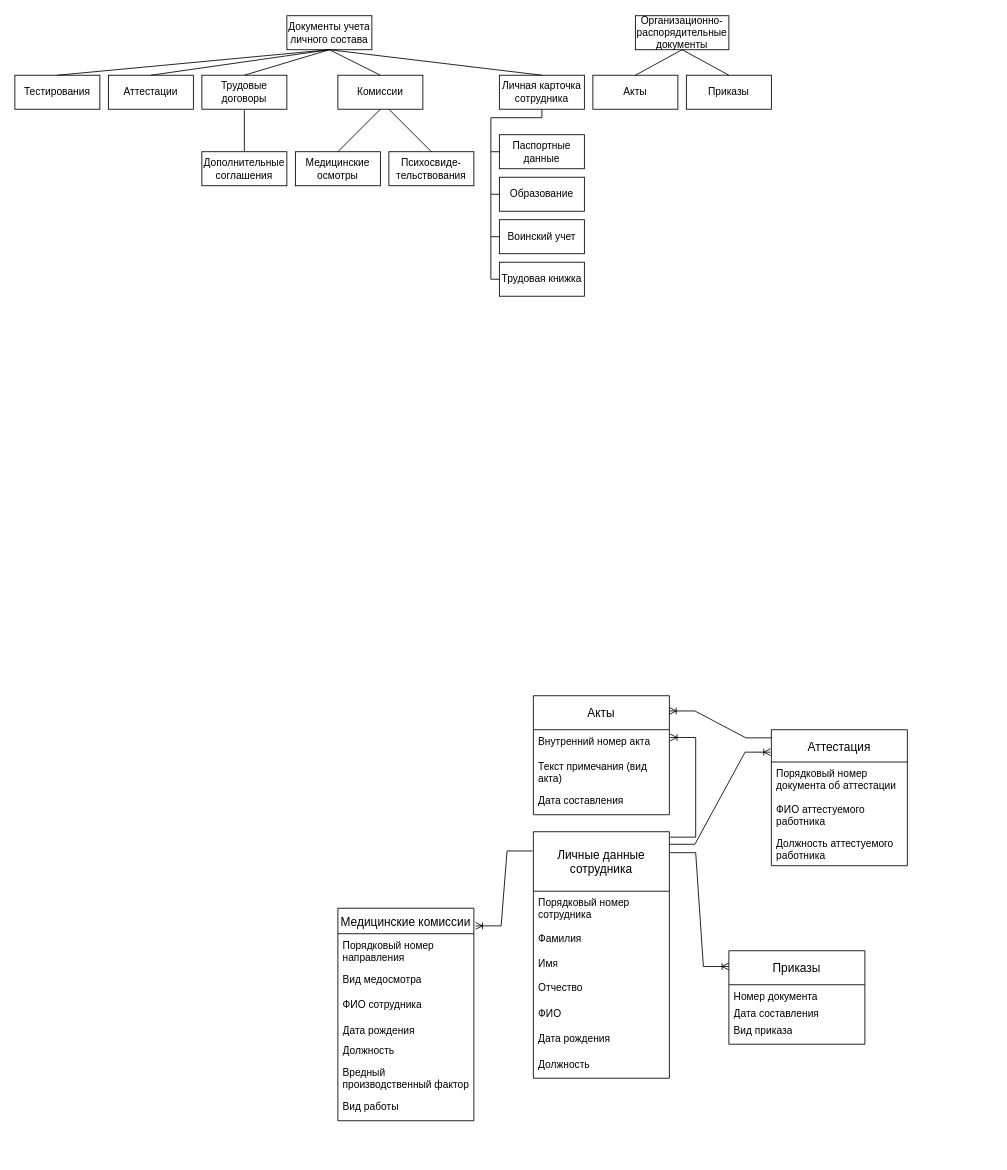
Before: Сущностьсвязь.drawio in lyudmilareshetyuk/draw.io, a draw.io diagram. Source tidied: cells renumbered, new cells numbered last; positions are measured from the earlier drawing's top-left corner, leaving out a move shared by most shapes. Both pictures are drawn from the tidied source at 85%, with x=0, y=0 at pixel (14, 15).
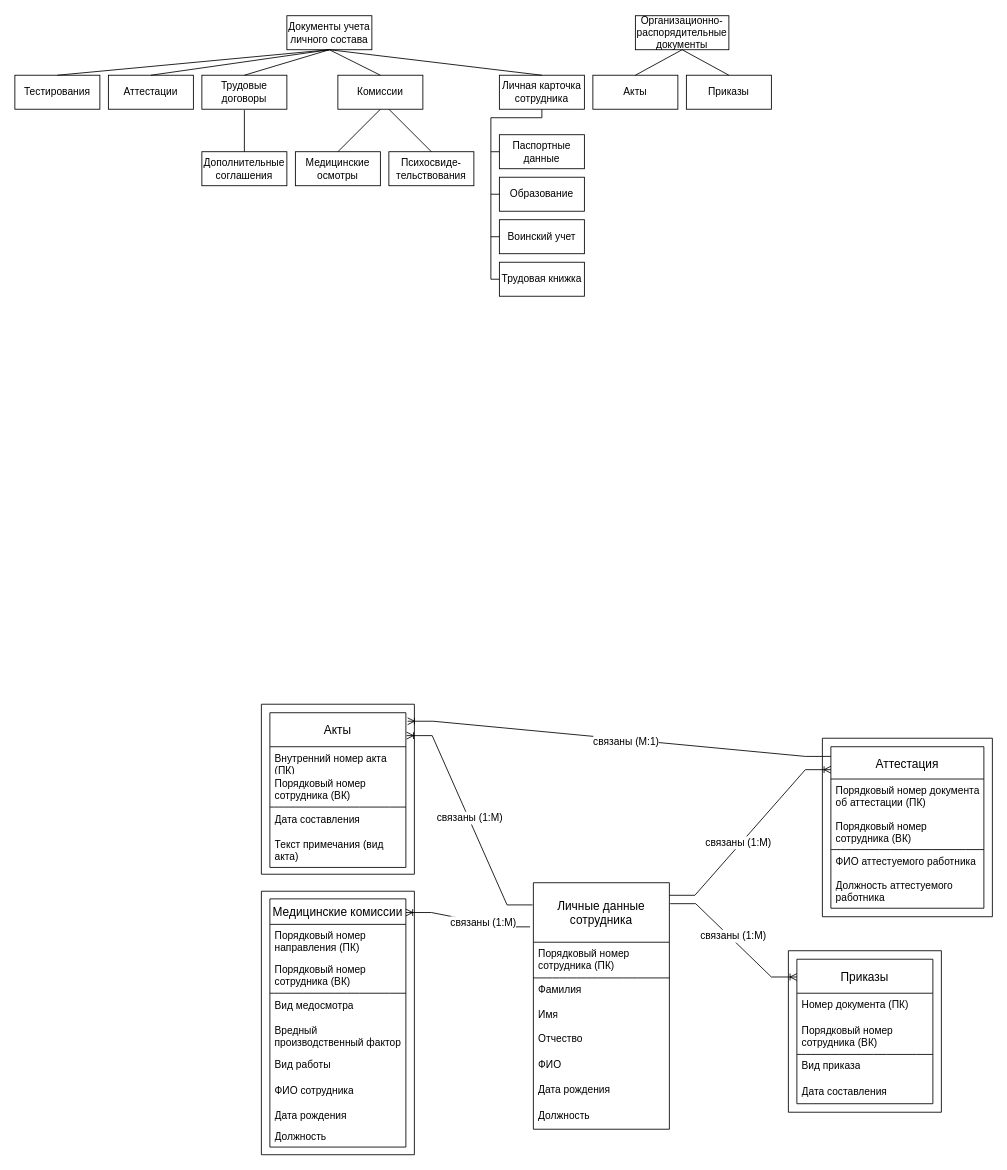
Above is the later version.

What changed in the source:
```diff
@@
+    <mxCell id="68" style="verticalLabelPosition=bottom;verticalAlign=top;html=1;shape=mxgraph.basic.rect;fillColor2=none;strokeWidth=1;size=20;indent=5;" parent="1" vertex="1">
+      <mxGeometry x="290" y="1030" width="180" height="310" as="geometry" />
+    </mxCell>
+    <mxCell id="69" style="verticalLabelPosition=bottom;verticalAlign=top;html=1;shape=mxgraph.basic.rect;fillColor2=none;strokeWidth=1;size=20;indent=5;" parent="1" vertex="1">
+      <mxGeometry x="910" y="1100" width="180" height="190" as="geometry" />
+    </mxCell>
+    <mxCell id="70" style="verticalLabelPosition=bottom;verticalAlign=top;html=1;shape=mxgraph.basic.rect;fillColor2=none;strokeWidth=1;size=20;indent=5;" parent="1" vertex="1">
+      <mxGeometry x="950" y="850" width="200" height="210" as="geometry" />
+    </mxCell>
+    <mxCell id="71" style="verticalLabelPosition=bottom;verticalAlign=top;html=1;shape=mxgraph.basic.rect;fillColor2=none;strokeWidth=1;size=20;indent=5;" parent="1" vertex="1">
+      <mxGeometry x="290" y="810" width="180" height="200" as="geometry" />
+    </mxCell>
@@
     <mxCell id="35" value="Аттестация" style="swimlane;fontStyle=0;horizontal=1;startSize=38;align=center;fontSize=14;" parent="1" vertex="1">
-      <mxGeometry x="890" y="840" width="160" height="160" as="geometry" />
+      <mxGeometry x="960" y="860" width="180" height="190" as="geometry" />
     </mxCell>
-    <mxCell id="36" value="Порядковый номер документа об аттестации" style="text;strokeColor=none;fillColor=none;spacingLeft=4;spacingRight=4;overflow=hidden;fontSize=12;whiteSpace=wrap;html=1;" parent="35" vertex="1">
-      <mxGeometry y="38" width="160" height="42" as="geometry" />
+    <mxCell id="36" value="Порядковый номер документа об аттестации (ПК)" style="text;strokeColor=none;fillColor=none;spacingLeft=4;spacingRight=4;overflow=hidden;fontSize=12;whiteSpace=wrap;html=1;" parent="35" vertex="1">
+      <mxGeometry y="38" width="180" height="42" as="geometry" />
     </mxCell>
+    <mxCell id="72" value="Порядковый номер сотрудника (ВК)" style="text;strokeColor=none;fillColor=none;spacingLeft=4;spacingRight=4;overflow=hidden;fontSize=12;whiteSpace=wrap;html=1;" parent="35" vertex="1">
+      <mxGeometry y="80" width="180" height="42" as="geometry" />
+    </mxCell>
+    <mxCell id="73" style="endArrow=none;html=1;rounded=0;fontSize=12;startSize=8;endSize=8;curved=1;exitX=0;exitY=0.5;exitDx=0;exitDy=0;" parent="35" edge="1">
+      <mxGeometry relative="1" as="geometry">
+        <mxPoint y="121" as="sourcePoint" />
+        <mxPoint x="180" y="121" as="targetPoint" />
+      </mxGeometry>
+    </mxCell>
     <mxCell id="37" value="ФИО аттестуемого работника" style="text;strokeColor=none;fillColor=none;spacingLeft=4;spacingRight=4;overflow=hidden;fontSize=12;whiteSpace=wrap;html=1;" parent="35" vertex="1">
-      <mxGeometry y="80" width="160" height="40" as="geometry" />
+      <mxGeometry y="122" width="180" height="28" as="geometry" />
     </mxCell>
     <mxCell id="38" value="Должность аттестуемого работника" style="text;strokeColor=none;fillColor=none;spacingLeft=4;spacingRight=4;overflow=hidden;fontSize=12;whiteSpace=wrap;html=1;" parent="35" vertex="1">
-      <mxGeometry y="120" width="160" height="40" as="geometry" />
+      <mxGeometry y="150" width="180" height="40" as="geometry" />
     </mxCell>
     <mxCell id="39" value="Медицинские комиссии" style="swimlane;fontStyle=0;horizontal=1;startSize=30;align=center;fontSize=14;" parent="1" vertex="1">
-      <mxGeometry x="380" y="1050" width="160" height="250" as="geometry" />
+      <mxGeometry x="300" y="1039" width="160" height="292" as="geometry" />
     </mxCell>
-    <mxCell id="40" value="Порядковый номер направления" style="text;strokeColor=none;fillColor=none;spacingLeft=4;spacingRight=4;overflow=hidden;fontSize=12;whiteSpace=wrap;html=1;" parent="39" vertex="1">
+    <mxCell id="40" value="Порядковый номер направления (ПК)" style="text;strokeColor=none;fillColor=none;spacingLeft=4;spacingRight=4;overflow=hidden;fontSize=12;whiteSpace=wrap;html=1;" parent="39" vertex="1">
       <mxGeometry y="30" width="160" height="40" as="geometry" />
     </mxCell>
+    <mxCell id="74" value="Порядковый номер сотрудника (ВК)" style="text;strokeColor=none;fillColor=none;spacingLeft=4;spacingRight=4;overflow=hidden;fontSize=12;whiteSpace=wrap;html=1;" parent="39" vertex="1">
+      <mxGeometry y="70" width="160" height="42" as="geometry" />
+    </mxCell>
+    <mxCell id="75" style="endArrow=none;html=1;rounded=0;fontSize=12;startSize=8;endSize=8;curved=1;entryX=1;entryY=0.5;entryDx=0;entryDy=0;exitX=0;exitY=0.5;exitDx=0;exitDy=0;" parent="39" edge="1">
+      <mxGeometry relative="1" as="geometry">
+        <mxPoint y="111" as="sourcePoint" />
+        <mxPoint x="160" y="111" as="targetPoint" />
+      </mxGeometry>
+    </mxCell>
     <mxCell id="41" value="Вид медосмотра" style="text;strokeColor=none;fillColor=none;spacingLeft=4;spacingRight=4;overflow=hidden;fontSize=12;whiteSpace=wrap;html=1;" parent="39" vertex="1">
-      <mxGeometry y="70" width="160" height="30" as="geometry" />
+      <mxGeometry y="112" width="160" height="30" as="geometry" />
     </mxCell>
+    <mxCell id="45" value="Вредный производственный фактор" style="text;strokeColor=none;fillColor=none;spacingLeft=4;spacingRight=4;overflow=hidden;fontSize=12;whiteSpace=wrap;html=1;" parent="39" vertex="1">
+      <mxGeometry y="142" width="160" height="40" as="geometry" />
+    </mxCell>
+    <mxCell id="46" value="Вид работы" style="text;strokeColor=none;fillColor=none;spacingLeft=4;spacingRight=4;overflow=hidden;fontSize=12;whiteSpace=wrap;html=1;" parent="39" vertex="1">
+      <mxGeometry y="182" width="160" height="30" as="geometry" />
+    </mxCell>
     <mxCell id="42" value="ФИО сотрудника" style="text;strokeColor=none;fillColor=none;spacingLeft=4;spacingRight=4;overflow=hidden;fontSize=12;whiteSpace=wrap;html=1;" parent="39" vertex="1">
-      <mxGeometry y="100" width="160" height="30" as="geometry" />
+      <mxGeometry y="212" width="160" height="30" as="geometry" />
     </mxCell>
     <mxCell id="43" value="Дата рождения" style="text;strokeColor=none;fillColor=none;spacingLeft=4;spacingRight=4;overflow=hidden;fontSize=12;whiteSpace=wrap;html=1;" parent="39" vertex="1">
-      <mxGeometry y="130" width="160" height="24" as="geometry" />
+      <mxGeometry y="242" width="160" height="24" as="geometry" />
     </mxCell>
     <mxCell id="44" value="Должность" style="text;strokeColor=none;fillColor=none;spacingLeft=4;spacingRight=4;overflow=hidden;fontSize=12;whiteSpace=wrap;html=1;" parent="39" vertex="1">
-      <mxGeometry y="154" width="160" height="26" as="geometry" />
+      <mxGeometry y="266" width="160" height="26" as="geometry" />
     </mxCell>
-    <mxCell id="45" value="Вредный производственный фактор" style="text;strokeColor=none;fillColor=none;spacingLeft=4;spacingRight=4;overflow=hidden;fontSize=12;whiteSpace=wrap;html=1;" parent="39" vertex="1">
-      <mxGeometry y="180" width="160" height="40" as="geometry" />
-    </mxCell>
-    <mxCell id="46" value="Вид работы" style="text;strokeColor=none;fillColor=none;spacingLeft=4;spacingRight=4;overflow=hidden;fontSize=12;whiteSpace=wrap;html=1;" parent="39" vertex="1">
-      <mxGeometry y="220" width="160" height="30" as="geometry" />
-    </mxCell>
     <mxCell id="47" value="Приказы" style="swimlane;fontStyle=0;horizontal=1;startSize=40;align=center;fontSize=14;" parent="1" vertex="1">
-      <mxGeometry x="840" y="1100" width="160" height="110" as="geometry" />
+      <mxGeometry x="920" y="1110" width="160" height="170" as="geometry" />
     </mxCell>
-    <mxCell id="48" value="Номер документа" style="text;strokeColor=none;fillColor=none;spacingLeft=4;spacingRight=4;overflow=hidden;fontSize=12;whiteSpace=wrap;html=1;" parent="47" vertex="1">
-      <mxGeometry y="40" width="160" height="20" as="geometry" />
+    <mxCell id="48" value="Номер документа (ПК)" style="text;strokeColor=none;fillColor=none;spacingLeft=4;spacingRight=4;overflow=hidden;fontSize=12;whiteSpace=wrap;html=1;" parent="47" vertex="1">
+      <mxGeometry y="40" width="160" height="30" as="geometry" />
     </mxCell>
+    <mxCell id="76" value="Порядковый номер сотрудника (ВК)" style="text;strokeColor=none;fillColor=none;spacingLeft=4;spacingRight=4;overflow=hidden;fontSize=12;whiteSpace=wrap;html=1;" parent="47" vertex="1">
+      <mxGeometry y="70" width="160" height="42" as="geometry" />
+    </mxCell>
+    <mxCell id="77" style="endArrow=none;html=1;rounded=0;fontSize=12;startSize=8;endSize=8;curved=1;entryX=1;entryY=0.5;entryDx=0;entryDy=0;exitX=0;exitY=0.5;exitDx=0;exitDy=0;" parent="47" edge="1">
+      <mxGeometry relative="1" as="geometry">
+        <mxPoint y="112" as="sourcePoint" />
+        <mxPoint x="160" y="112" as="targetPoint" />
+      </mxGeometry>
+    </mxCell>
+    <mxCell id="50" value="Вид приказа" style="text;strokeColor=none;fillColor=none;spacingLeft=4;spacingRight=4;overflow=hidden;fontSize=12;whiteSpace=wrap;html=1;" parent="47" vertex="1">
+      <mxGeometry y="112" width="160" height="30" as="geometry" />
+    </mxCell>
     <mxCell id="49" value="Дата составления" style="text;strokeColor=none;fillColor=none;spacingLeft=4;spacingRight=4;overflow=hidden;fontSize=12;whiteSpace=wrap;html=1;" parent="47" vertex="1">
-      <mxGeometry y="60" width="160" height="20" as="geometry" />
+      <mxGeometry y="142" width="160" height="28" as="geometry" />
     </mxCell>
-    <mxCell id="50" value="Вид приказа" style="text;strokeColor=none;fillColor=none;spacingLeft=4;spacingRight=4;overflow=hidden;fontSize=12;whiteSpace=wrap;html=1;" parent="47" vertex="1">
-      <mxGeometry y="80" width="160" height="30" as="geometry" />
-    </mxCell>
     <mxCell id="51" value="Акты" style="swimlane;fontStyle=0;horizontal=1;startSize=40;align=center;fontSize=14;" parent="1" vertex="1">
-      <mxGeometry x="610" y="800" width="160" height="140" as="geometry" />
+      <mxGeometry x="300" y="820" width="160" height="182" as="geometry" />
     </mxCell>
-    <mxCell id="52" value="Внутренний номер акта" style="text;strokeColor=none;fillColor=none;spacingLeft=4;spacingRight=4;overflow=hidden;fontSize=12;whiteSpace=wrap;html=1;" parent="51" vertex="1">
+    <mxCell id="52" value="Внутренний номер акта (ПК)" style="text;strokeColor=none;fillColor=none;spacingLeft=4;spacingRight=4;overflow=hidden;fontSize=12;whiteSpace=wrap;html=1;" parent="51" vertex="1">
       <mxGeometry y="40" width="160" height="30" as="geometry" />
     </mxCell>
+    <mxCell id="78" value="Порядковый номер сотрудника (ВК)" style="text;strokeColor=none;fillColor=none;spacingLeft=4;spacingRight=4;overflow=hidden;fontSize=12;whiteSpace=wrap;html=1;" parent="51" vertex="1">
+      <mxGeometry y="70" width="160" height="42" as="geometry" />
+    </mxCell>
+    <mxCell id="79" style="endArrow=none;html=1;rounded=0;fontSize=12;startSize=8;endSize=8;curved=1;entryX=1;entryY=0.5;entryDx=0;entryDy=0;exitX=0;exitY=0.5;exitDx=0;exitDy=0;" parent="51" edge="1">
+      <mxGeometry relative="1" as="geometry">
+        <mxPoint y="111" as="sourcePoint" />
+        <mxPoint x="160" y="111" as="targetPoint" />
+      </mxGeometry>
+    </mxCell>
+    <mxCell id="54" value="Дата составления" style="text;strokeColor=none;fillColor=none;spacingLeft=4;spacingRight=4;overflow=hidden;fontSize=12;whiteSpace=wrap;html=1;" parent="51" vertex="1">
+      <mxGeometry y="112" width="160" height="30" as="geometry" />
+    </mxCell>
     <mxCell id="53" value="Текст примечания (вид акта)" style="text;strokeColor=none;fillColor=none;spacingLeft=4;spacingRight=4;overflow=hidden;fontSize=12;whiteSpace=wrap;html=1;" parent="51" vertex="1">
-      <mxGeometry y="70" width="160" height="40" as="geometry" />
+      <mxGeometry y="142" width="160" height="40" as="geometry" />
     </mxCell>
-    <mxCell id="54" value="Дата составления" style="text;strokeColor=none;fillColor=none;spacingLeft=4;spacingRight=4;overflow=hidden;fontSize=12;whiteSpace=wrap;html=1;" parent="51" vertex="1">
-      <mxGeometry y="110" width="160" height="30" as="geometry" />
-    </mxCell>
     <mxCell id="55" value="Личные данные&#10;сотрудника" style="swimlane;fontStyle=0;horizontal=1;startSize=70;align=center;fontSize=14;" parent="1" vertex="1">
-      <mxGeometry x="610" y="960" width="160" height="290" as="geometry" />
+      <mxGeometry x="610" y="1020" width="160" height="290" as="geometry" />
     </mxCell>
-    <mxCell id="56" value="Порядковый номер сотрудника" style="text;strokeColor=none;fillColor=none;spacingLeft=4;spacingRight=4;overflow=hidden;fontSize=12;whiteSpace=wrap;html=1;" parent="55" vertex="1">
+    <mxCell id="56" value="Порядковый номер сотрудника (ПК)" style="text;strokeColor=none;fillColor=none;spacingLeft=4;spacingRight=4;overflow=hidden;fontSize=12;whiteSpace=wrap;html=1;" parent="55" vertex="1">
       <mxGeometry y="70" width="160" height="42" as="geometry" />
     </mxCell>
+    <mxCell id="80" style="endArrow=none;html=1;rounded=0;fontSize=12;startSize=8;endSize=8;curved=1;entryX=1;entryY=0.5;entryDx=0;entryDy=0;exitX=0;exitY=0.5;exitDx=0;exitDy=0;" parent="55" edge="1">
+      <mxGeometry relative="1" as="geometry">
+        <mxPoint y="112" as="sourcePoint" />
+        <mxPoint x="160" y="112" as="targetPoint" />
+      </mxGeometry>
+    </mxCell>
@@
-    <mxCell id="63" style="edgeStyle=entityRelationEdgeStyle;fontSize=12;html=1;endArrow=ERoneToMany;rounded=0;exitX=-0.006;exitY=0.078;exitDx=0;exitDy=0;entryX=1.013;entryY=0.083;entryDx=0;entryDy=0;entryPerimeter=0;exitPerimeter=0;" parent="1" edge="1" source="55" target="39">
+    <mxCell id="63" style="edgeStyle=entityRelationEdgeStyle;fontSize=12;html=1;endArrow=ERoneToMany;rounded=0;exitX=-0.025;exitY=0.179;exitDx=0;exitDy=0;entryX=1;entryY=0.055;entryDx=0;entryDy=0;entryPerimeter=0;exitPerimeter=0;" parent="1" edge="1" source="55" target="39">
       <mxGeometry relative="1" as="geometry" />
     </mxCell>
+    <mxCell id="81" value="связаны (1:М)" style="edgeLabel;html=1;align=center;verticalAlign=middle;fontSize=12;" parent="63" vertex="1">
+      <mxGeometry x="-0.24" relative="1" as="geometry" />
+    </mxCell>
-    <mxCell id="64" style="edgeStyle=entityRelationEdgeStyle;fontSize=12;html=1;endArrow=ERoneToMany;rounded=0;entryX=-0.006;entryY=0.165;entryDx=0;entryDy=0;entryPerimeter=0;exitX=1;exitY=0.051;exitDx=0;exitDy=0;exitPerimeter=0;" parent="1" edge="1" source="55" target="35">
+    <mxCell id="64" style="edgeStyle=entityRelationEdgeStyle;fontSize=12;html=1;endArrow=ERoneToMany;rounded=0;entryX=0;entryY=0.142;entryDx=0;entryDy=0;entryPerimeter=0;exitX=1;exitY=0.051;exitDx=0;exitDy=0;exitPerimeter=0;" parent="1" edge="1" source="55" target="35">
       <mxGeometry relative="1" as="geometry" />
     </mxCell>
+    <mxCell id="82" value="связаны (1:М)" style="edgeLabel;html=1;align=center;verticalAlign=middle;fontSize=12;" parent="64" vertex="1">
+      <mxGeometry x="-0.14" y="3" relative="1" as="geometry" />
+    </mxCell>
-    <mxCell id="65" style="edgeStyle=entityRelationEdgeStyle;fontSize=12;html=1;endArrow=ERoneToMany;rounded=0;entryX=0;entryY=0.169;entryDx=0;entryDy=0;entryPerimeter=0;exitX=1.006;exitY=0.085;exitDx=0;exitDy=0;exitPerimeter=0;" parent="1" edge="1" source="55" target="47">
+    <mxCell id="65" style="edgeStyle=entityRelationEdgeStyle;fontSize=12;html=1;endArrow=ERoneToMany;rounded=0;entryX=0;entryY=0.123;entryDx=0;entryDy=0;entryPerimeter=0;exitX=1.006;exitY=0.085;exitDx=0;exitDy=0;exitPerimeter=0;" parent="1" edge="1" source="55" target="47">
       <mxGeometry relative="1" as="geometry" />
     </mxCell>
+    <mxCell id="83" value="связаны (1:М)" style="edgeLabel;html=1;align=center;verticalAlign=middle;fontSize=12;" parent="65" vertex="1">
+      <mxGeometry x="-0.04" y="3" relative="1" as="geometry" />
+    </mxCell>
-    <mxCell id="66" style="edgeStyle=entityRelationEdgeStyle;fontSize=12;html=1;endArrow=ERoneToMany;rounded=0;entryX=1.006;entryY=0.351;entryDx=0;entryDy=0;entryPerimeter=0;exitX=1.006;exitY=0.022;exitDx=0;exitDy=0;exitPerimeter=0;" parent="1" edge="1" source="55" target="51">
+    <mxCell id="66" style="edgeStyle=entityRelationEdgeStyle;fontSize=12;html=1;endArrow=ERoneToMany;rounded=0;entryX=1.006;entryY=0.148;entryDx=0;entryDy=0;entryPerimeter=0;exitX=-0.006;exitY=0.09;exitDx=0;exitDy=0;exitPerimeter=0;" parent="1" edge="1" source="55" target="51">
       <mxGeometry relative="1" as="geometry" />
     </mxCell>
+    <mxCell id="84" value="связаны (1:М)" style="edgeLabel;html=1;align=center;verticalAlign=middle;fontSize=12;" parent="66" vertex="1">
+      <mxGeometry x="0.02" y="-1" relative="1" as="geometry" />
+    </mxCell>
-    <mxCell id="67" style="edgeStyle=entityRelationEdgeStyle;fontSize=12;html=1;endArrow=ERoneToMany;rounded=0;entryX=1;entryY=0.128;entryDx=0;entryDy=0;entryPerimeter=0;exitX=0;exitY=0.06;exitDx=0;exitDy=0;exitPerimeter=0;" parent="1" edge="1" source="35" target="51">
+    <mxCell id="67" style="edgeStyle=entityRelationEdgeStyle;fontSize=12;html=1;endArrow=ERoneToMany;rounded=0;entryX=1.013;entryY=0.055;entryDx=0;entryDy=0;entryPerimeter=0;exitX=0;exitY=0.06;exitDx=0;exitDy=0;exitPerimeter=0;" parent="1" edge="1" source="35" target="51">
       <mxGeometry relative="1" as="geometry" />
     </mxCell>
+    <mxCell id="85" value="связаны (М:1)" style="edgeLabel;html=1;align=center;verticalAlign=middle;fontSize=12;" parent="67" vertex="1">
+      <mxGeometry x="-0.03" y="2" relative="1" as="geometry" />
+    </mxCell>
```
